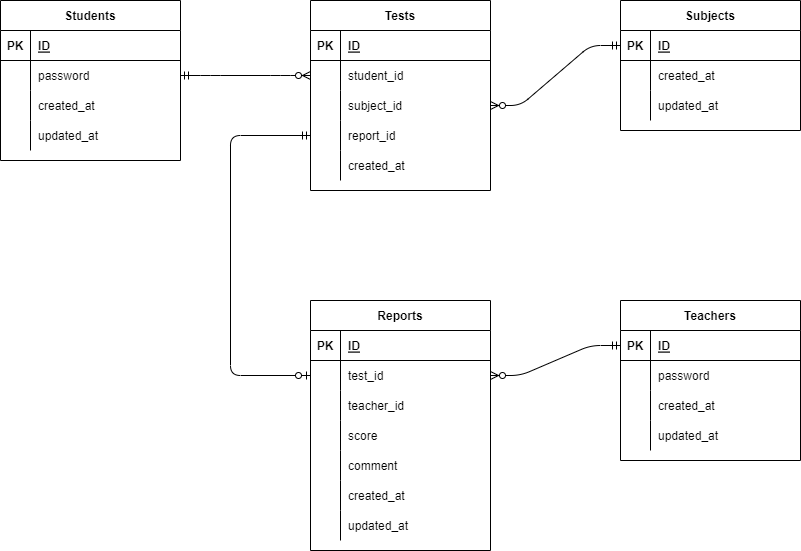
The draw.io diagram er.drawio.png in Karsy-Kura/20221207_kuramoto, before a commit. Source tidied: cells renumbered, new cells last; positions are measured from the earlier drawing's top-left corner, leaving out a move shared by most shapes.
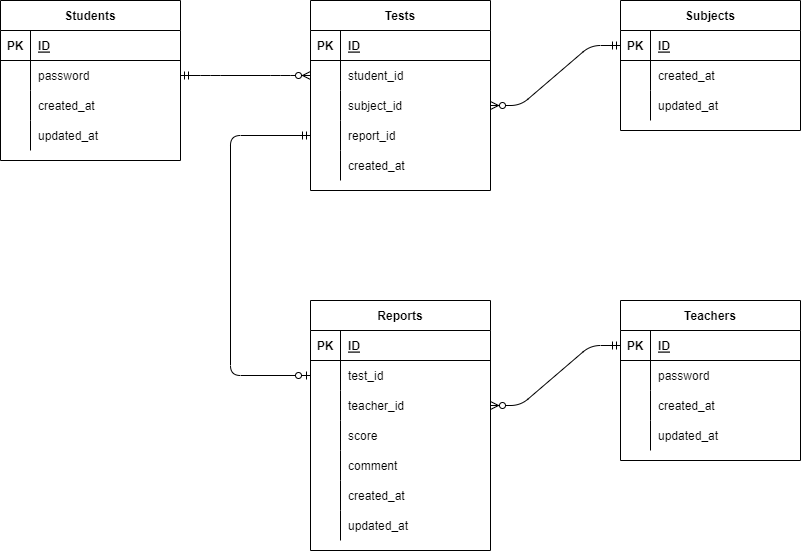
The same file after the commit.

Commit message:
pre submit commit

What changed in the source:
```diff
@@ -1,4 +1,4 @@
-<mxGraphModel background="#FFFFFF">
+<mxGraphModel background="#ffffff">
   <root>
     <mxCell id="0" />
     <mxCell id="1" parent="0" />
@@ -238,7 +238,7 @@
         </Array>
       </mxGeometry>
     </mxCell>
-    <mxCell id="79" style="edgeStyle=entityRelationEdgeStyle;fontSize=12;html=1;endArrow=ERzeroToMany;startArrow=ERmandOne;entryX=1;entryY=0.5;entryDx=0;entryDy=0;exitX=0;exitY=0.5;exitDx=0;exitDy=0;" parent="1" edge="1" source="64" target="45">
+    <mxCell id="79" style="edgeStyle=entityRelationEdgeStyle;fontSize=12;html=1;endArrow=ERzeroToMany;startArrow=ERmandOne;entryX=1;entryY=0.5;entryDx=0;entryDy=0;exitX=0;exitY=0.5;exitDx=0;exitDy=0;" parent="1" edge="1" source="64" target="48">
       <mxGeometry relative="1" as="geometry" />
     </mxCell>
   </root>
```
